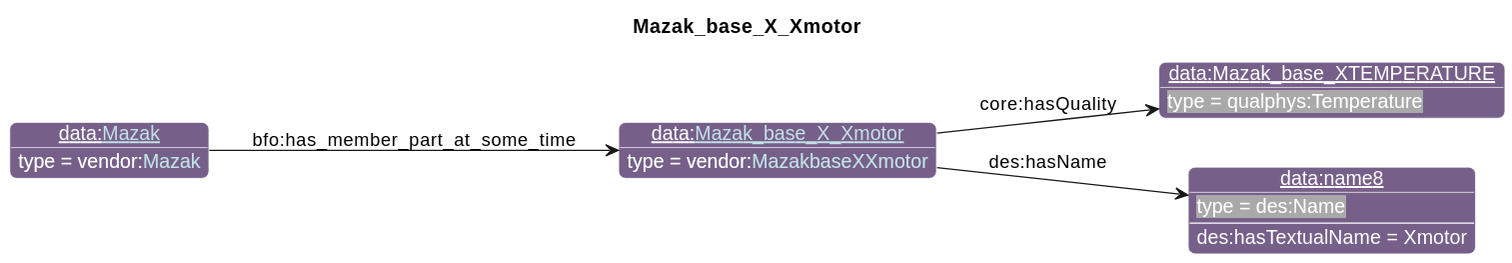
iofoundry/example-syseng-mtconnect keeps this PlantUML diagram as diagrams/Mazak_base_X_Xmotor.svg. Above is the earlier version. The source it was exported from:
```plantuml
@startuml
!include ../iof.iuml

<style>
object {
  HyperlinkColor #C4E1E6
}
</style>

left to right direction
skinparam linetype polyline
title Mazak_base_X_Xmotor

!$default_direction = down

!$namespace_colors = { "bfo":"DFA702",
                      "iof":"1E90FF",
                      "ns":"Green",
                      "ns1":"76608A",
                      "core":"000000",
                      "ex":"Green",
                      "data":"76608A",
                      "vendor":"76608A",
                      "units":"8A2D3B",
                      "cmns-dsg":"3A0519",
                      "qp":"641B2E"
      }
individual(o0, data:[[./Mazak_base_X_Xmotor.html Mazak_base_X_Xmotor]], vendor:[[../Mazak.html#MazakbaseXXmotor MazakbaseXXmotor]])
individual(o1, data:Mazak_base_XTEMPERATURE, qualphys:Temperature)
individual(o2, data:name8, des:Name)
individual(o3, data:[[./Mazak.html Mazak]], vendor:[[../Mazak.html#Mazak Mazak]])
property(o0, "core:hasQuality", o1)
property(o0, "des:hasName", o2)
data(o2, "des:hasTextualName", "Xmotor")
property(o3, "bfo:has_member_part_at_some_time", o0)
@enduml
```
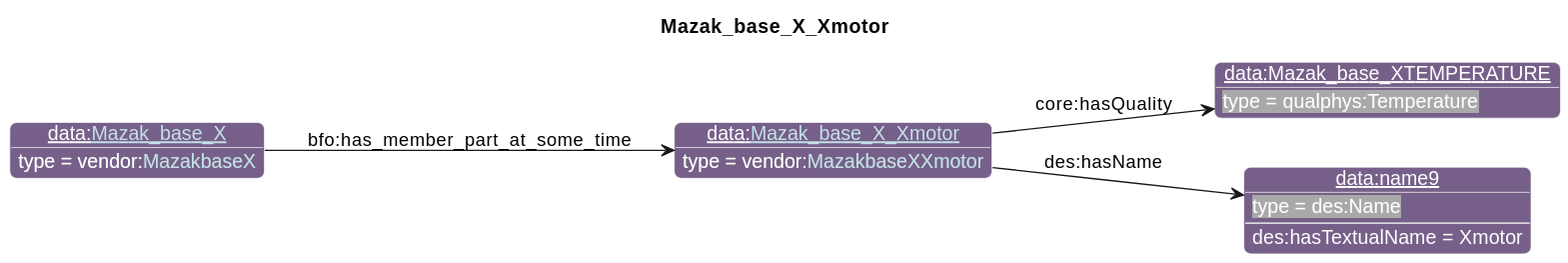
The same diagram one commit later.

Change to the diagram source:
```diff
@@ -27,8 +27,8 @@
       }
 individual(o0, data:[[./Mazak_base_X_Xmotor.html Mazak_base_X_Xmotor]], vendor:[[../Mazak.html#MazakbaseXXmotor MazakbaseXXmotor]])
 individual(o1, data:Mazak_base_XTEMPERATURE, qualphys:Temperature)
-individual(o2, data:name8, des:Name)
-individual(o3, data:[[./Mazak.html Mazak]], vendor:[[../Mazak.html#Mazak Mazak]])
+individual(o2, data:name9, des:Name)
+individual(o3, data:[[./Mazak_base_X.html Mazak_base_X]], vendor:[[../Mazak.html#MazakbaseX MazakbaseX]])
 property(o0, "core:hasQuality", o1)
 property(o0, "des:hasName", o2)
 data(o2, "des:hasTextualName", "Xmotor")
```
